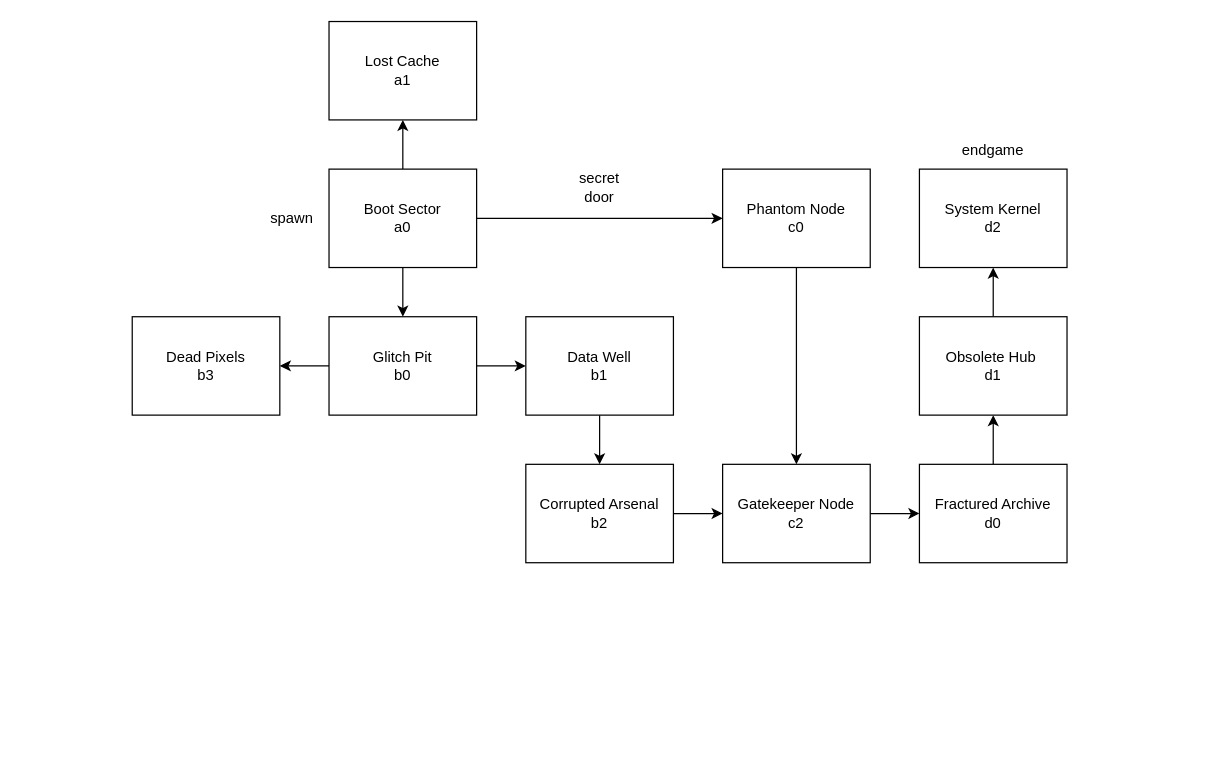
Earlier version of the draw.io diagram game_map.drawio (rey301/game_corrupted_labyrinth). Source tidied: cells renumbered, new cells numbered last; positions are measured from the earlier drawing's top-left corner, leaving out a move shared by most shapes. Both pictures are drawn from the tidied source at 123%, with x=0, y=0 at pixel (132, 21).
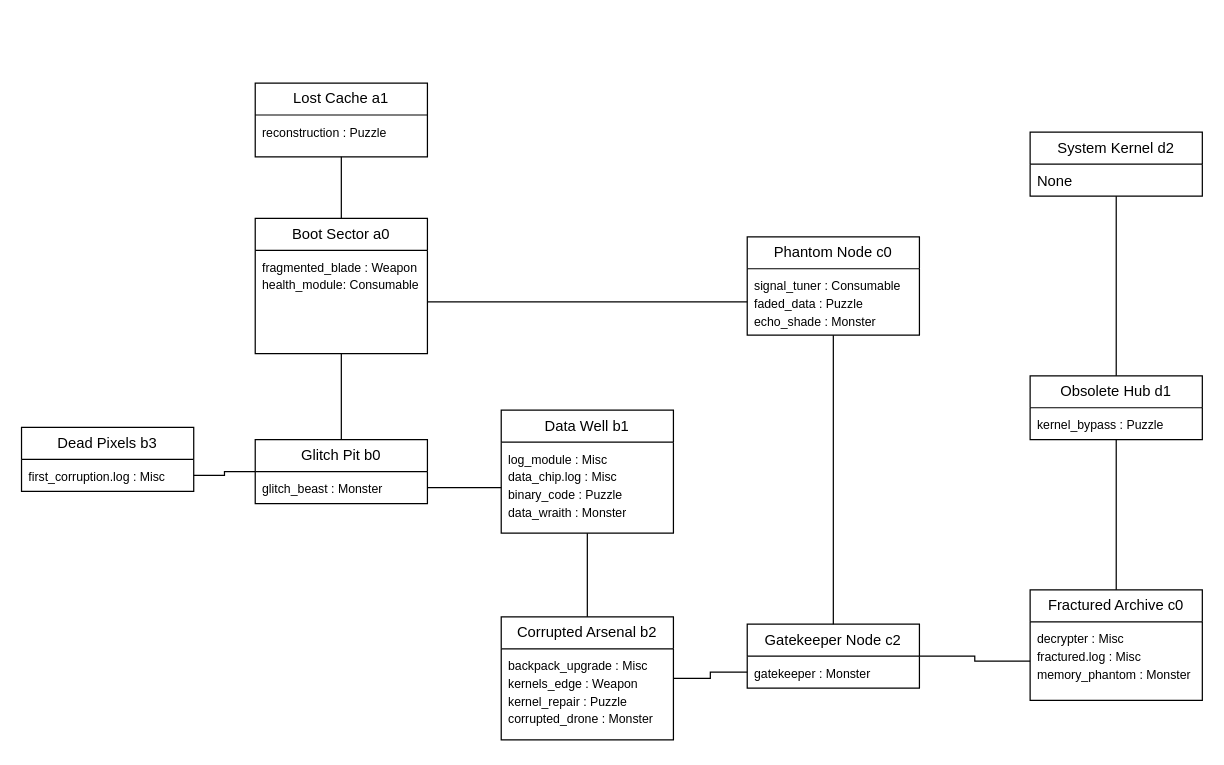
Above is the later version.

Diff of the diagram source:
```diff
@@
-    <mxCell id="2" style="edgeStyle=orthogonalEdgeStyle;rounded=0;jettySize=auto;html=1;entryX=0.5;entryY=1;entryDx=0;entryDy=0;" parent="1" edge="1" source="5" target="9">
-      <mxGeometry relative="1" as="geometry" />
-    </mxCell>
-    <mxCell id="3" style="edgeStyle=orthogonalEdgeStyle;rounded=0;jettySize=auto;html=1;" parent="1" edge="1" source="5" target="8">
+    <mxCell id="3" style="edgeStyle=orthogonalEdgeStyle;rounded=0;jettySize=auto;html=1;entryX=0.5;entryY=0;entryDx=0;entryDy=0;endArrow=none;endFill=0;" parent="1" edge="1" source="5" target="8">
       <mxGeometry relative="1" as="geometry" />
     </mxCell>
-    <mxCell id="4" style="edgeStyle=orthogonalEdgeStyle;rounded=0;jettySize=auto;html=1;entryX=0;entryY=0.5;entryDx=0;entryDy=0;" parent="1" edge="1" source="5" target="18">
-      <mxGeometry relative="1" as="geometry" />
-    </mxCell>
-    <mxCell id="5" value="Boot Sector&lt;div&gt;a0&lt;/div&gt;" style="rounded=0;whiteSpace=wrap;html=1;" parent="1" vertex="1">
-      <mxGeometry x="160" y="120" width="120" height="80" as="geometry" />
+    <mxCell id="5" value="Boot Sector a0" style="swimlane;fontStyle=0;horizontal=1;startSize=26;fillColor=none;whiteSpace=wrap;html=1;" parent="1" vertex="1">
+      <mxGeometry x="100" y="160" width="140" height="110" as="geometry" />
     </mxCell>
-    <mxCell id="6" style="edgeStyle=orthogonalEdgeStyle;rounded=0;jettySize=auto;html=1;entryX=1;entryY=0.5;entryDx=0;entryDy=0;" parent="1" edge="1" source="8" target="10">
-      <mxGeometry relative="1" as="geometry" />
-    </mxCell>
-    <mxCell id="7" style="edgeStyle=orthogonalEdgeStyle;rounded=0;jettySize=auto;html=1;entryX=0;entryY=0.5;entryDx=0;entryDy=0;" parent="1" edge="1" source="8" target="12">
-      <mxGeometry relative="1" as="geometry" />
-    </mxCell>
+    <mxCell id="27" value="&lt;span style=&quot;font-size: 10px;&quot;&gt;fragmented_blade : Weapon&lt;/span&gt;&lt;div&gt;&lt;span style=&quot;font-size: 10px;&quot;&gt;health_module: Consumable&lt;/span&gt;&lt;/div&gt;&lt;div&gt;&lt;span style=&quot;font-size: 10px;&quot;&gt;&lt;br&gt;&lt;/span&gt;&lt;/div&gt;" style="text;strokeColor=none;fillColor=none;align=left;verticalAlign=top;spacingLeft=4;spacingRight=4;overflow=hidden;points=[[0,0.5],[1,0.5]];portConstraint=eastwest;whiteSpace=wrap;html=1;" parent="5" vertex="1">
+      <mxGeometry y="26" width="140" height="84" as="geometry" />
+    </mxCell>
+    <mxCell id="28" style="edgeStyle=orthogonalEdgeStyle;rounded=0;jettySize=auto;html=1;entryX=0.5;entryY=0;entryDx=0;entryDy=0;endArrow=none;endFill=0;" parent="1" edge="1" source="9" target="5">
+      <mxGeometry relative="1" as="geometry" />
+    </mxCell>
+    <mxCell id="9" value="Lost Cache a1" style="swimlane;fontStyle=0;horizontal=1;startSize=26;fillColor=none;whiteSpace=wrap;html=1;" parent="1" vertex="1">
+      <mxGeometry x="100" y="50" width="140" height="60" as="geometry" />
+    </mxCell>
+    <mxCell id="29" value="&lt;span style=&quot;font-size: 10px;&quot;&gt;reconstruction : Puzzle&lt;/span&gt;" style="text;strokeColor=none;fillColor=none;align=left;verticalAlign=top;spacingLeft=4;spacingRight=4;overflow=hidden;whiteSpace=wrap;html=1;" parent="9" vertex="1">
+      <mxGeometry y="26" width="140" height="34" as="geometry" />
+    </mxCell>
+    <mxCell id="30" style="edgeStyle=orthogonalEdgeStyle;rounded=0;jettySize=auto;html=1;entryX=1;entryY=0.5;entryDx=0;entryDy=0;endArrow=none;endFill=0;" parent="1" edge="1" source="8" target="32">
+      <mxGeometry relative="1" as="geometry" />
+    </mxCell>
-    <mxCell id="8" value="Glitch Pit&lt;div&gt;b0&lt;/div&gt;" style="rounded=0;whiteSpace=wrap;html=1;" parent="1" vertex="1">
-      <mxGeometry x="160" y="240" width="120" height="80" as="geometry" />
+    <mxCell id="8" value="Glitch Pit b0" style="swimlane;fontStyle=0;horizontal=1;startSize=26;fillColor=none;whiteSpace=wrap;html=1;" parent="1" vertex="1">
+      <mxGeometry x="100" y="340" width="140" height="52" as="geometry" />
     </mxCell>
-    <mxCell id="9" value="Lost Cache&lt;div&gt;a1&lt;/div&gt;" style="rounded=0;whiteSpace=wrap;html=1;" parent="1" vertex="1">
-      <mxGeometry x="160" width="120" height="80" as="geometry" />
-    </mxCell>
+    <mxCell id="31" value="&lt;div&gt;&lt;font style=&quot;font-size: 10px;&quot;&gt;glitch_beast : Monster&lt;/font&gt;&lt;/div&gt;" style="text;strokeColor=none;fillColor=none;align=left;verticalAlign=top;spacingLeft=4;spacingRight=4;overflow=hidden;points=[[0,0.5],[1,0.5]];portConstraint=eastwest;whiteSpace=wrap;html=1;" parent="8" vertex="1">
+      <mxGeometry y="26" width="140" height="26" as="geometry" />
+    </mxCell>
-    <mxCell id="10" value="Dead Pixels&lt;div&gt;b3&lt;/div&gt;" style="rounded=0;whiteSpace=wrap;html=1;" parent="1" vertex="1">
-      <mxGeometry y="240" width="120" height="80" as="geometry" />
+    <mxCell id="10" value="Dead Pixels b3" style="swimlane;fontStyle=0;horizontal=1;startSize=26;fillColor=none;whiteSpace=wrap;html=1;" parent="1" vertex="1">
+      <mxGeometry x="-90" y="330" width="140" height="52" as="geometry" />
     </mxCell>
+    <mxCell id="32" value="&lt;font style=&quot;font-size: 10px;&quot;&gt;first_corruption.log : Misc&lt;/font&gt;" style="text;strokeColor=none;fillColor=none;align=left;verticalAlign=top;spacingLeft=4;spacingRight=4;overflow=hidden;points=[[0,0.5],[1,0.5]];portConstraint=eastwest;whiteSpace=wrap;html=1;" parent="10" vertex="1">
+      <mxGeometry y="26" width="140" height="26" as="geometry" />
+    </mxCell>
-    <mxCell id="11" style="edgeStyle=orthogonalEdgeStyle;rounded=0;jettySize=auto;html=1;entryX=0.5;entryY=0;entryDx=0;entryDy=0;" parent="1" edge="1" source="12" target="14">
+    <mxCell id="11" style="edgeStyle=orthogonalEdgeStyle;rounded=0;jettySize=auto;html=1;entryX=0.5;entryY=0;entryDx=0;entryDy=0;endArrow=none;endFill=0;" parent="1" edge="1" source="12" target="14">
       <mxGeometry relative="1" as="geometry" />
     </mxCell>
-    <mxCell id="12" value="Data Well&lt;div&gt;b1&lt;/div&gt;" style="rounded=0;whiteSpace=wrap;html=1;" parent="1" vertex="1">
-      <mxGeometry x="320" y="240" width="120" height="80" as="geometry" />
+    <mxCell id="12" value="Data Well b1" style="swimlane;fontStyle=0;horizontal=1;startSize=26;fillColor=none;whiteSpace=wrap;html=1;" parent="1" vertex="1">
+      <mxGeometry x="300" y="316" width="140" height="100" as="geometry" />
     </mxCell>
-    <mxCell id="13" style="edgeStyle=orthogonalEdgeStyle;rounded=0;jettySize=auto;html=1;entryX=0;entryY=0.5;entryDx=0;entryDy=0;" parent="1" edge="1" source="14" target="16">
-      <mxGeometry relative="1" as="geometry" />
-    </mxCell>
+    <mxCell id="33" value="&lt;span style=&quot;font-size: 10px;&quot;&gt;log_module : Misc&lt;/span&gt;&lt;div&gt;&lt;span style=&quot;font-size: 10px;&quot;&gt;data_chip.log : Misc&lt;/span&gt;&lt;/div&gt;&lt;div&gt;&lt;span style=&quot;font-size: 10px;&quot;&gt;binary_code : Puzzle&lt;/span&gt;&lt;/div&gt;&lt;div&gt;&lt;span style=&quot;font-size: 10px;&quot;&gt;data_wraith : Monster&lt;/span&gt;&lt;/div&gt;" style="text;strokeColor=none;fillColor=none;align=left;verticalAlign=top;spacingLeft=4;spacingRight=4;overflow=hidden;points=[[0,0.5],[1,0.5]];portConstraint=eastwest;whiteSpace=wrap;html=1;" parent="12" vertex="1">
+      <mxGeometry y="26" width="140" height="74" as="geometry" />
+    </mxCell>
+    <mxCell id="34" style="edgeStyle=orthogonalEdgeStyle;rounded=0;jettySize=auto;html=1;entryX=0;entryY=0.5;entryDx=0;entryDy=0;endArrow=none;endFill=0;" parent="1" edge="1" source="14" target="37">
+      <mxGeometry relative="1" as="geometry" />
+    </mxCell>
-    <mxCell id="14" value="Corrupted Arsenal&lt;div&gt;b2&lt;/div&gt;" style="rounded=0;whiteSpace=wrap;html=1;" parent="1" vertex="1">
-      <mxGeometry x="320" y="360" width="120" height="80" as="geometry" />
+    <mxCell id="14" value="Corrupted Arsenal b2" style="swimlane;fontStyle=0;horizontal=1;startSize=26;fillColor=none;whiteSpace=wrap;html=1;" parent="1" vertex="1">
+      <mxGeometry x="300" y="484" width="140" height="100" as="geometry" />
     </mxCell>
-    <mxCell id="15" style="edgeStyle=orthogonalEdgeStyle;rounded=0;jettySize=auto;html=1;entryX=0;entryY=0.5;entryDx=0;entryDy=0;" parent="1" edge="1" source="16" target="20">
-      <mxGeometry relative="1" as="geometry" />
-    </mxCell>
+    <mxCell id="35" value="&lt;span style=&quot;font-size: 10px;&quot;&gt;backpack_upgrade : Misc&lt;/span&gt;&lt;div&gt;&lt;span style=&quot;font-size: 10px;&quot;&gt;kernels_edge : Weapon&lt;/span&gt;&lt;/div&gt;&lt;div&gt;&lt;span style=&quot;font-size: 10px;&quot;&gt;kernel_repair : Puzzle&lt;/span&gt;&lt;/div&gt;&lt;div&gt;&lt;span style=&quot;font-size: 10px;&quot;&gt;corrupted_drone : Monster&lt;/span&gt;&lt;/div&gt;" style="text;strokeColor=none;fillColor=none;align=left;verticalAlign=top;spacingLeft=4;spacingRight=4;overflow=hidden;whiteSpace=wrap;html=1;" parent="14" vertex="1">
+      <mxGeometry y="26" width="140" height="74" as="geometry" />
+    </mxCell>
+    <mxCell id="36" style="edgeStyle=orthogonalEdgeStyle;rounded=0;jettySize=auto;html=1;entryX=0;entryY=0.5;entryDx=0;entryDy=0;endArrow=none;endFill=0;" parent="1" edge="1" source="16" target="40">
+      <mxGeometry relative="1" as="geometry" />
+    </mxCell>
-    <mxCell id="16" value="Gatekeeper Node&lt;div&gt;c2&lt;/div&gt;" style="rounded=0;whiteSpace=wrap;html=1;" parent="1" vertex="1">
-      <mxGeometry x="480" y="360" width="120" height="80" as="geometry" />
+    <mxCell id="16" value="Gatekeeper Node c2" style="swimlane;fontStyle=0;horizontal=1;startSize=26;fillColor=none;whiteSpace=wrap;html=1;" parent="1" vertex="1">
+      <mxGeometry x="500" y="490" width="140" height="52" as="geometry" />
     </mxCell>
+    <mxCell id="37" value="&lt;font style=&quot;font-size: 10px;&quot;&gt;gatekeeper : Monster&lt;/font&gt;&lt;div&gt;&lt;font style=&quot;font-size: 10px;&quot;&gt;&lt;br&gt;&lt;/font&gt;&lt;/div&gt;" style="text;strokeColor=none;fillColor=none;align=left;verticalAlign=top;spacingLeft=4;spacingRight=4;overflow=hidden;points=[[0,0.5],[1,0.5]];portConstraint=eastwest;whiteSpace=wrap;html=1;" parent="16" vertex="1">
+      <mxGeometry y="26" width="140" height="26" as="geometry" />
+    </mxCell>
-    <mxCell id="17" style="edgeStyle=orthogonalEdgeStyle;rounded=0;jettySize=auto;html=1;entryX=0.5;entryY=0;entryDx=0;entryDy=0;" parent="1" edge="1" source="18" target="16">
+    <mxCell id="17" style="edgeStyle=orthogonalEdgeStyle;rounded=0;jettySize=auto;html=1;entryX=0.5;entryY=0;entryDx=0;entryDy=0;endArrow=none;endFill=0;" parent="1" edge="1" source="18" target="16">
       <mxGeometry relative="1" as="geometry" />
     </mxCell>
-    <mxCell id="18" value="Phantom Node&lt;div&gt;c0&lt;/div&gt;" style="rounded=0;whiteSpace=wrap;html=1;" parent="1" vertex="1">
-      <mxGeometry x="480" y="120" width="120" height="80" as="geometry" />
+    <mxCell id="18" value="Phantom Node c0" style="swimlane;fontStyle=0;horizontal=1;startSize=26;fillColor=none;whiteSpace=wrap;html=1;" parent="1" vertex="1">
+      <mxGeometry x="500" y="175" width="140" height="80" as="geometry" />
     </mxCell>
-    <mxCell id="19" style="edgeStyle=orthogonalEdgeStyle;rounded=0;jettySize=auto;html=1;entryX=0.5;entryY=1;entryDx=0;entryDy=0;" parent="1" edge="1" source="20" target="23">
-      <mxGeometry relative="1" as="geometry" />
-    </mxCell>
-    <mxCell id="20" value="Fractured Archive&lt;div&gt;d0&lt;/div&gt;" style="rounded=0;whiteSpace=wrap;html=1;" parent="1" vertex="1">
-      <mxGeometry x="640" y="360" width="120" height="80" as="geometry" />
-    </mxCell>
-    <mxCell id="21" value="secret door" style="text;html=1;whiteSpace=wrap;strokeColor=none;fillColor=none;align=center;verticalAlign=middle;rounded=0;" parent="1" vertex="1">
-      <mxGeometry x="350" y="120" width="60" height="30" as="geometry" />
-    </mxCell>
-    <mxCell id="22" style="edgeStyle=orthogonalEdgeStyle;rounded=0;jettySize=auto;html=1;entryX=0.5;entryY=1;entryDx=0;entryDy=0;" parent="1" edge="1" source="23" target="24">
-      <mxGeometry relative="1" as="geometry" />
-    </mxCell>
+    <mxCell id="38" value="&lt;font style=&quot;font-size: 10px;&quot;&gt;signal_tuner : Consumable&lt;/font&gt;&lt;div&gt;&lt;font style=&quot;font-size: 10px;&quot;&gt;faded_data : Puzzle&lt;/font&gt;&lt;/div&gt;&lt;div&gt;&lt;span style=&quot;font-size: 10px;&quot;&gt;echo_shade : Monster&lt;/span&gt;&lt;/div&gt;" style="text;strokeColor=none;fillColor=none;align=left;verticalAlign=top;spacingLeft=4;spacingRight=4;overflow=hidden;points=[[0,0.5],[1,0.5]];portConstraint=eastwest;whiteSpace=wrap;html=1;" parent="18" vertex="1">
+      <mxGeometry y="26" width="140" height="54" as="geometry" />
+    </mxCell>
+    <mxCell id="39" value="Fractured Archive c0" style="swimlane;fontStyle=0;horizontal=1;startSize=26;fillColor=none;whiteSpace=wrap;html=1;" parent="1" vertex="1">
+      <mxGeometry x="730" y="462" width="140" height="90" as="geometry" />
+    </mxCell>
+    <mxCell id="40" value="&lt;font style=&quot;font-size: 10px;&quot;&gt;decrypter : Misc&lt;/font&gt;&lt;div&gt;&lt;font style=&quot;font-size: 10px;&quot;&gt;fractured.log : Misc&lt;/font&gt;&lt;/div&gt;&lt;div&gt;&lt;font style=&quot;font-size: 10px;&quot;&gt;memory_phantom : Monster&lt;/font&gt;&lt;/div&gt;" style="text;strokeColor=none;fillColor=none;align=left;verticalAlign=top;spacingLeft=4;spacingRight=4;overflow=hidden;points=[[0,0.5],[1,0.5]];portConstraint=eastwest;whiteSpace=wrap;html=1;" parent="39" vertex="1">
+      <mxGeometry y="26" width="140" height="64" as="geometry" />
+    </mxCell>
+    <mxCell id="41" style="edgeStyle=orthogonalEdgeStyle;rounded=0;jettySize=auto;html=1;entryX=0.5;entryY=0;entryDx=0;entryDy=0;endArrow=none;endFill=0;" parent="1" edge="1" source="23" target="39">
+      <mxGeometry relative="1" as="geometry" />
+    </mxCell>
-    <mxCell id="23" value="Obsolete Hub&amp;nbsp;&lt;div&gt;d1&lt;/div&gt;" style="rounded=0;whiteSpace=wrap;html=1;" parent="1" vertex="1">
-      <mxGeometry x="640" y="240" width="120" height="80" as="geometry" />
+    <mxCell id="23" value="Obsolete Hub d1" style="swimlane;fontStyle=0;horizontal=1;startSize=26;fillColor=none;whiteSpace=wrap;html=1;" parent="1" vertex="1">
+      <mxGeometry x="730" y="288" width="140" height="52" as="geometry" />
     </mxCell>
+    <mxCell id="42" value="&lt;span style=&quot;font-size: 10px;&quot;&gt;kernel_bypass : Puzzle&lt;/span&gt;" style="text;strokeColor=none;fillColor=none;align=left;verticalAlign=top;spacingLeft=4;spacingRight=4;overflow=hidden;whiteSpace=wrap;html=1;" parent="23" vertex="1">
+      <mxGeometry y="26" width="140" height="26" as="geometry" />
+    </mxCell>
+    <mxCell id="43" style="edgeStyle=orthogonalEdgeStyle;rounded=0;jettySize=auto;html=1;entryX=0.5;entryY=0;entryDx=0;entryDy=0;endArrow=none;endFill=0;" parent="1" edge="1" source="24" target="23">
+      <mxGeometry relative="1" as="geometry" />
+    </mxCell>
-    <mxCell id="24" value="System Kernel&lt;div&gt;d2&lt;/div&gt;" style="rounded=0;whiteSpace=wrap;html=1;" parent="1" vertex="1">
-      <mxGeometry x="640" y="120" width="120" height="80" as="geometry" />
+    <mxCell id="24" value="System Kernel d2" style="swimlane;fontStyle=0;horizontal=1;startSize=26;fillColor=none;whiteSpace=wrap;html=1;" parent="1" vertex="1">
+      <mxGeometry x="730" y="90" width="140" height="52" as="geometry" />
     </mxCell>
-    <mxCell id="25" value="endgame" style="text;html=1;whiteSpace=wrap;strokeColor=none;fillColor=none;align=center;verticalAlign=middle;rounded=0;" parent="1" vertex="1">
-      <mxGeometry x="670" y="90" width="60" height="30" as="geometry" />
-    </mxCell>
-    <mxCell id="26" value="spawn" style="text;html=1;whiteSpace=wrap;strokeColor=none;fillColor=none;align=center;verticalAlign=middle;rounded=0;" parent="1" vertex="1">
-      <mxGeometry x="100" y="145" width="60" height="30" as="geometry" />
-    </mxCell>
+    <mxCell id="44" value="None" style="text;strokeColor=none;fillColor=none;align=left;verticalAlign=top;spacingLeft=4;spacingRight=4;overflow=hidden;whiteSpace=wrap;html=1;" parent="24" vertex="1">
+      <mxGeometry y="26" width="140" height="26" as="geometry" />
+    </mxCell>
+    <mxCell id="45" style="edgeStyle=orthogonalEdgeStyle;rounded=0;jettySize=auto;html=1;entryX=0;entryY=0.5;entryDx=0;entryDy=0;endArrow=none;endFill=0;" parent="1" edge="1" source="27" target="38">
+      <mxGeometry relative="1" as="geometry" />
+    </mxCell>
+    <mxCell id="46" style="edgeStyle=orthogonalEdgeStyle;rounded=0;jettySize=auto;html=1;endArrow=none;endFill=0;" parent="1" edge="1" source="31" target="33">
+      <mxGeometry relative="1" as="geometry" />
+    </mxCell>
```
